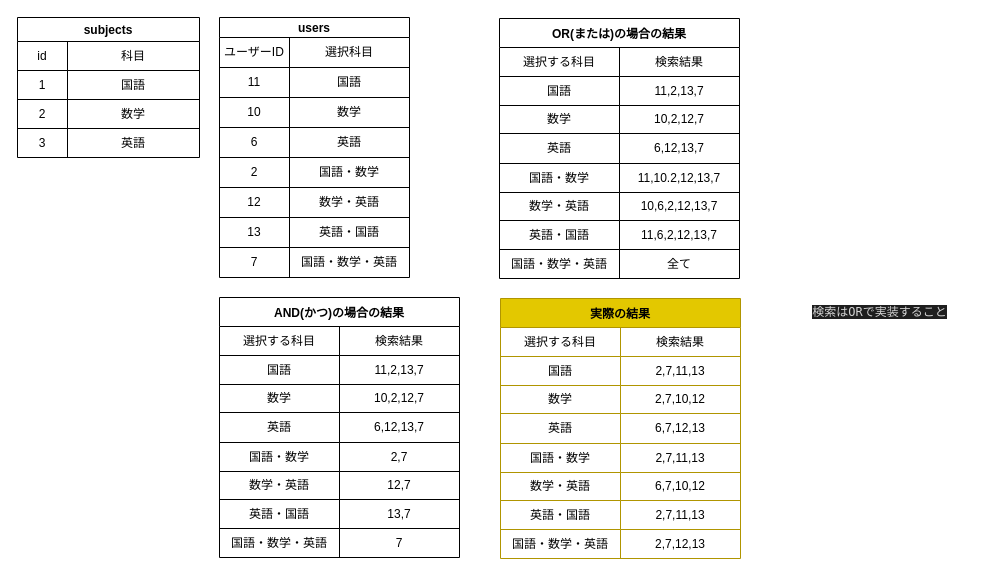
I-Kouta/compass keeps this draw.io diagram as page "検索機能実装" (4 of 4) of compass.dio. Above is the earlier version. Source tidied: cells renumbered, new cells numbered last; positions are measured from the earlier drawing's top-left corner, leaving out a move shared by most shapes. Both pictures are drawn from the tidied source at 100%, with x=0, y=0 at pixel (17, 17).
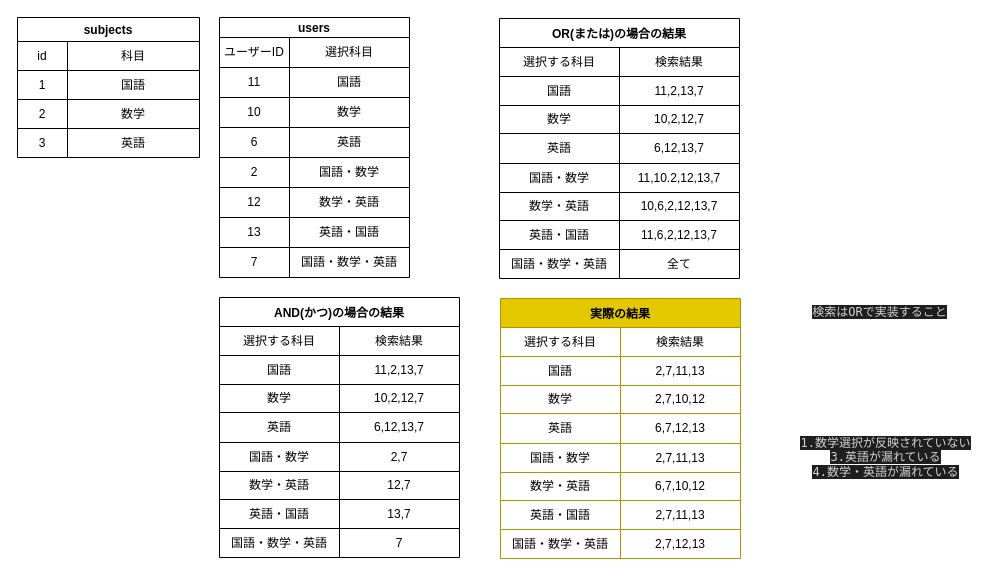
After the change.

Commit message:
ER図にメモ追記です

What changed in the source:
```diff
@@
+    <mxCell id="116" value="&lt;span style=&quot;background-color: rgb(30 , 30 , 30) ; color: rgb(212 , 212 , 212) ; font-family: &amp;quot;menlo&amp;quot; , &amp;quot;monaco&amp;quot; , &amp;quot;courier new&amp;quot; , monospace&quot;&gt;1.数学選択が反映されていない&lt;br&gt;3.英語が漏れている&lt;br&gt;4.数学・英語が漏れている&lt;br&gt;&lt;/span&gt;" style="text;html=1;align=center;verticalAlign=middle;strokeColor=#FFFFFF;fillColor=none;shadow=0;" parent="1" vertex="1">
+      <mxGeometry x="773" y="410" width="190" height="60" as="geometry" />
+    </mxCell>
```
